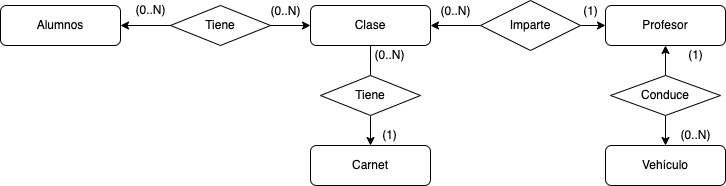
Before: img/ER.png, a diagram exported from draw.io (Apenaj/Autoescuelas-Alpine). Source tidied: cells renumbered, new cells last; positions are measured from the earlier drawing's top-left corner, leaving out a move shared by most shapes.
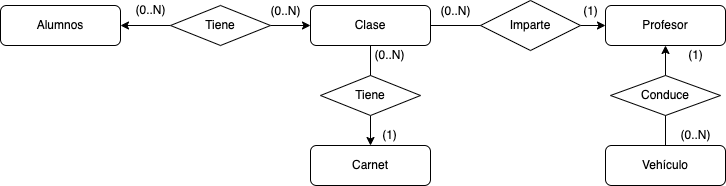
The same diagram one commit later.

What changed in the source:
```diff
@@ -5,9 +5,6 @@
     <mxCell id="2" value="Alumnos" style="rounded=1;whiteSpace=wrap;html=1;fontSize=12;glass=0;strokeWidth=1;shadow=0;" parent="1" vertex="1">
       <mxGeometry y="5" width="120" height="40" as="geometry" />
     </mxCell>
-    <mxCell id="3" style="edgeStyle=orthogonalEdgeStyle;rounded=0;jettySize=auto;html=1;exitX=0;exitY=0.5;exitDx=0;exitDy=0;entryX=1;entryY=0.5;entryDx=0;entryDy=0;" parent="1" edge="1" source="5" target="12">
-      <mxGeometry relative="1" as="geometry" />
-    </mxCell>
     <mxCell id="4" style="edgeStyle=orthogonalEdgeStyle;rounded=0;jettySize=auto;html=1;exitX=1;exitY=0.5;exitDx=0;exitDy=0;entryX=0;entryY=0.5;entryDx=0;entryDy=0;" parent="1" edge="1" source="5" target="7">
       <mxGeometry relative="1" as="geometry" />
     </mxCell>
@@ -35,9 +32,6 @@
     <mxCell id="12" value="Clase" style="rounded=1;whiteSpace=wrap;html=1;fontSize=12;glass=0;strokeWidth=1;shadow=0;" parent="1" vertex="1">
       <mxGeometry x="310" y="5" width="120" height="40" as="geometry" />
     </mxCell>
-    <mxCell id="13" style="edgeStyle=orthogonalEdgeStyle;rounded=0;jettySize=auto;html=1;exitX=0.5;exitY=1;exitDx=0;exitDy=0;entryX=0.5;entryY=0;entryDx=0;entryDy=0;" parent="1" edge="1" source="15" target="6">
-      <mxGeometry relative="1" as="geometry" />
-    </mxCell>
     <mxCell id="14" style="edgeStyle=orthogonalEdgeStyle;rounded=0;jettySize=auto;html=1;exitX=0.5;exitY=0;exitDx=0;exitDy=0;entryX=0.5;entryY=1;entryDx=0;entryDy=0;" parent="1" edge="1" source="15" target="7">
       <mxGeometry relative="1" as="geometry" />
     </mxCell>
@@ -77,5 +71,11 @@
     <mxCell id="26" value="(0..N)" style="text;html=1;align=center;verticalAlign=middle;fillColor=none;strokeColor=none;rounded=0;shadow=0;" parent="1" vertex="1">
       <mxGeometry x="364" y="45" width="50" height="20" as="geometry" />
     </mxCell>
+    <mxCell id="27" style="endArrow=none;html=1;rounded=0;exitX=1;exitY=0.5;exitDx=0;exitDy=0;entryX=0;entryY=0.5;entryDx=0;entryDy=0;" parent="1" edge="1" source="12" target="5">
+      <mxGeometry relative="1" as="geometry" />
+    </mxCell>
+    <mxCell id="28" style="endArrow=none;html=1;rounded=0;entryX=0.5;entryY=1;entryDx=0;entryDy=0;exitX=0.5;exitY=0;exitDx=0;exitDy=0;" parent="1" edge="1" source="6" target="15">
+      <mxGeometry relative="1" as="geometry" />
+    </mxCell>
   </root>
 </mxGraphModel>
```
